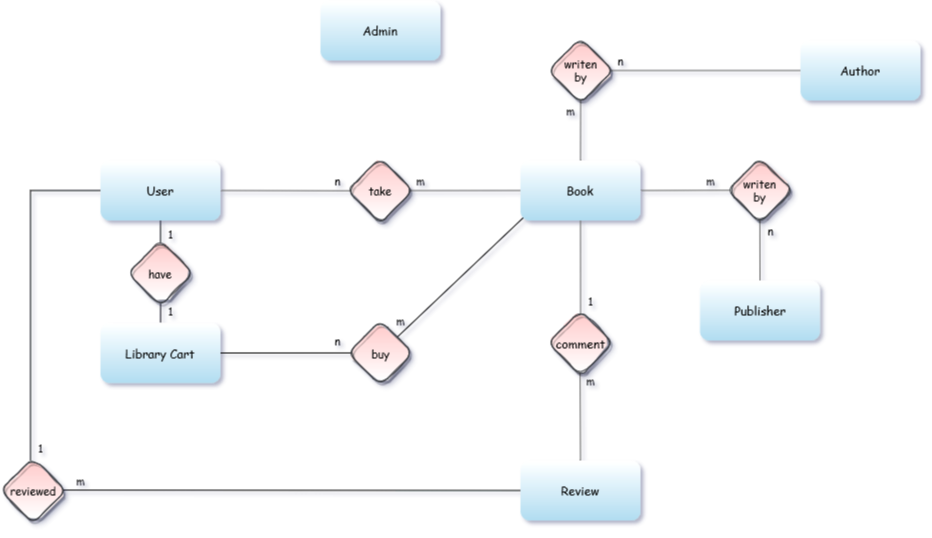
The draw.io diagram ER.png in hamzajashari/Library-Managment-System, before a commit. Source tidied: cells renumbered, new cells last; positions are measured from the earlier drawing's top-left corner, leaving out a move shared by most shapes.
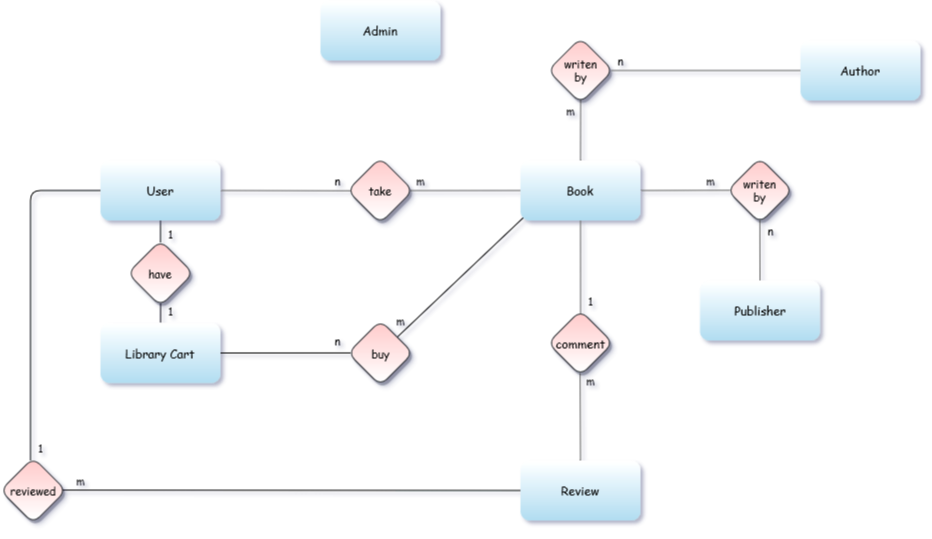
Later version of the same file.

Diff of the diagram source:
```diff
@@ -1,8 +1,8 @@
-<mxGraphModel background="#ffffff" shadow="1">
+<mxGraphModel background="#FFFFFF" shadow="1">
   <root>
     <mxCell id="0" />
     <mxCell id="1" parent="0" />
-    <mxCell id="2" style="edgeStyle=orthogonalEdgeStyle;rounded=0;jettySize=auto;html=1;labelBackgroundColor=none;labelBorderColor=none;fontFamily=Comic Sans MS;fontSize=11;endArrow=none;endFill=0;entryX=0.458;entryY=0.042;entryDx=0;entryDy=0;entryPerimeter=0;" parent="1" edge="1" target="17">
+    <mxCell id="2" style="edgeStyle=orthogonalEdgeStyle;rounded=1;jettySize=auto;html=1;labelBackgroundColor=none;labelBorderColor=none;fontFamily=Comic Sans MS;fontSize=11;endArrow=none;endFill=0;entryX=0.458;entryY=0.042;entryDx=0;entryDy=0;entryPerimeter=0;" parent="1" edge="1" target="17">
       <mxGeometry relative="1" as="geometry">
         <mxPoint x="100" y="190" as="sourcePoint" />
       </mxGeometry>
@@ -10,110 +10,110 @@
     <mxCell id="3" value="Library Cart" style="rounded=1;html=1;fillColor=#b1ddf0;fontFamily=Comic Sans MS;labelBackgroundColor=none;labelBorderColor=none;whiteSpace=wrap;spacingTop=0;strokeColor=none;gradientDirection=north;gradientColor=#ffffff;glass=0;" parent="1" vertex="1">
       <mxGeometry x="100" y="322.5" width="120" height="60" as="geometry" />
     </mxCell>
-    <mxCell id="4" style="rounded=0;jettySize=auto;html=1;entryX=1;entryY=0.5;entryDx=0;entryDy=0;fillColor=#f5f5f5;strokeColor=#666666;endArrow=none;endFill=0;fontFamily=Comic Sans MS;labelBackgroundColor=none;labelBorderColor=none;spacingTop=0;exitX=0.046;exitY=0.504;exitDx=0;exitDy=0;exitPerimeter=0;" parent="1" edge="1" source="40">
+    <mxCell id="4" style="rounded=1;jettySize=auto;html=1;entryX=1;entryY=0.5;entryDx=0;entryDy=0;fillColor=#f5f5f5;strokeColor=#666666;endArrow=none;endFill=0;fontFamily=Comic Sans MS;labelBackgroundColor=none;labelBorderColor=none;spacingTop=0;exitX=0.046;exitY=0.504;exitDx=0;exitDy=0;exitPerimeter=0;" parent="1" edge="1" source="40">
       <mxGeometry relative="1" as="geometry">
         <mxPoint x="220" y="190" as="targetPoint" />
       </mxGeometry>
     </mxCell>
-    <mxCell id="5" style="edgeStyle=none;rounded=0;jettySize=auto;html=1;entryX=0;entryY=0.5;entryDx=0;entryDy=0;fillColor=#f5f5f5;strokeColor=#666666;endArrow=none;endFill=0;fontFamily=Comic Sans MS;labelBackgroundColor=none;labelBorderColor=none;spacingTop=0;exitX=0.959;exitY=0.501;exitDx=0;exitDy=0;exitPerimeter=0;" parent="1" edge="1" source="40">
+    <mxCell id="5" style="edgeStyle=none;rounded=1;jettySize=auto;html=1;entryX=0;entryY=0.5;entryDx=0;entryDy=0;fillColor=#f5f5f5;strokeColor=#666666;endArrow=none;endFill=0;fontFamily=Comic Sans MS;labelBackgroundColor=none;labelBorderColor=none;spacingTop=0;exitX=0.959;exitY=0.501;exitDx=0;exitDy=0;exitPerimeter=0;" parent="1" edge="1" source="40">
       <mxGeometry relative="1" as="geometry">
         <mxPoint x="520" y="190" as="targetPoint" />
       </mxGeometry>
     </mxCell>
-    <mxCell id="6" style="edgeStyle=none;rounded=0;jettySize=auto;html=1;entryX=0.5;entryY=0;entryDx=0;entryDy=0;exitX=0.502;exitY=0.946;exitDx=0;exitDy=0;fillColor=#f5f5f5;strokeColor=#666666;endArrow=none;endFill=0;fontFamily=Comic Sans MS;labelBackgroundColor=none;labelBorderColor=none;spacingTop=0;exitPerimeter=0;" parent="1" edge="1" source="41">
+    <mxCell id="6" style="edgeStyle=none;rounded=1;jettySize=auto;html=1;entryX=0.5;entryY=0;entryDx=0;entryDy=0;exitX=0.502;exitY=0.946;exitDx=0;exitDy=0;fillColor=#f5f5f5;strokeColor=#666666;endArrow=none;endFill=0;fontFamily=Comic Sans MS;labelBackgroundColor=none;labelBorderColor=none;spacingTop=0;exitPerimeter=0;" parent="1" edge="1" source="41">
       <mxGeometry relative="1" as="geometry">
         <mxPoint x="580" y="160" as="targetPoint" />
       </mxGeometry>
     </mxCell>
-    <mxCell id="7" style="edgeStyle=none;rounded=0;jettySize=auto;html=1;entryX=0;entryY=0.5;entryDx=0;entryDy=0;fillColor=#f5f5f5;strokeColor=#666666;endArrow=none;endFill=0;fontFamily=Comic Sans MS;labelBackgroundColor=none;labelBorderColor=none;spacingTop=0;exitX=0.968;exitY=0.5;exitDx=0;exitDy=0;exitPerimeter=0;" parent="1" edge="1" source="41">
+    <mxCell id="7" style="edgeStyle=none;rounded=1;jettySize=auto;html=1;entryX=0;entryY=0.5;entryDx=0;entryDy=0;fillColor=#f5f5f5;strokeColor=#666666;endArrow=none;endFill=0;fontFamily=Comic Sans MS;labelBackgroundColor=none;labelBorderColor=none;spacingTop=0;exitX=0.968;exitY=0.5;exitDx=0;exitDy=0;exitPerimeter=0;" parent="1" edge="1" source="41">
       <mxGeometry relative="1" as="geometry">
         <mxPoint x="800" y="70" as="targetPoint" />
       </mxGeometry>
     </mxCell>
-    <mxCell id="8" style="edgeStyle=none;rounded=0;jettySize=auto;html=1;entryX=1;entryY=0.5;entryDx=0;entryDy=0;fillColor=#f5f5f5;strokeColor=#666666;endArrow=none;endFill=0;fontFamily=Comic Sans MS;labelBackgroundColor=none;labelBorderColor=none;spacingTop=0;exitX=0.044;exitY=0.497;exitDx=0;exitDy=0;exitPerimeter=0;" parent="1" edge="1" source="42">
+    <mxCell id="8" style="edgeStyle=none;rounded=1;jettySize=auto;html=1;entryX=1;entryY=0.5;entryDx=0;entryDy=0;fillColor=#f5f5f5;strokeColor=#666666;endArrow=none;endFill=0;fontFamily=Comic Sans MS;labelBackgroundColor=none;labelBorderColor=none;spacingTop=0;exitX=0.044;exitY=0.497;exitDx=0;exitDy=0;exitPerimeter=0;" parent="1" edge="1" source="42">
       <mxGeometry relative="1" as="geometry">
         <mxPoint x="640" y="190" as="targetPoint" />
       </mxGeometry>
     </mxCell>
-    <mxCell id="9" style="edgeStyle=none;rounded=0;jettySize=auto;html=1;entryX=0.5;entryY=0;entryDx=0;entryDy=0;fillColor=#f5f5f5;strokeColor=#666666;endArrow=none;endFill=0;fontFamily=Comic Sans MS;labelBackgroundColor=none;labelBorderColor=none;spacingTop=0;exitX=0.498;exitY=0.959;exitDx=0;exitDy=0;exitPerimeter=0;" parent="1" edge="1" source="42">
+    <mxCell id="9" style="edgeStyle=none;rounded=1;jettySize=auto;html=1;entryX=0.5;entryY=0;entryDx=0;entryDy=0;fillColor=#f5f5f5;strokeColor=#666666;endArrow=none;endFill=0;fontFamily=Comic Sans MS;labelBackgroundColor=none;labelBorderColor=none;spacingTop=0;exitX=0.498;exitY=0.959;exitDx=0;exitDy=0;exitPerimeter=0;" parent="1" edge="1" source="42">
       <mxGeometry relative="1" as="geometry">
         <mxPoint x="759.5" y="280" as="targetPoint" />
       </mxGeometry>
     </mxCell>
-    <mxCell id="10" style="edgeStyle=none;rounded=0;jettySize=auto;html=1;entryX=0.5;entryY=1;entryDx=0;entryDy=0;fillColor=#f5f5f5;strokeColor=#666666;endArrow=none;endFill=0;fontFamily=Comic Sans MS;labelBackgroundColor=none;labelBorderColor=none;spacingTop=0;exitX=0.501;exitY=0.058;exitDx=0;exitDy=0;exitPerimeter=0;" parent="1" edge="1" source="43">
+    <mxCell id="10" style="edgeStyle=none;rounded=1;jettySize=auto;html=1;entryX=0.5;entryY=1;entryDx=0;entryDy=0;fillColor=#f5f5f5;strokeColor=#666666;endArrow=none;endFill=0;fontFamily=Comic Sans MS;labelBackgroundColor=none;labelBorderColor=none;spacingTop=0;exitX=0.501;exitY=0.058;exitDx=0;exitDy=0;exitPerimeter=0;" parent="1" edge="1" source="43">
       <mxGeometry relative="1" as="geometry">
         <mxPoint x="580" y="220" as="targetPoint" />
       </mxGeometry>
     </mxCell>
-    <mxCell id="11" style="edgeStyle=none;rounded=0;jettySize=auto;html=1;entryX=0.5;entryY=0;entryDx=0;entryDy=0;fillColor=#f5f5f5;strokeColor=#666666;endArrow=none;endFill=0;fontFamily=Comic Sans MS;labelBackgroundColor=none;labelBorderColor=none;spacingTop=0;exitX=0.494;exitY=0.964;exitDx=0;exitDy=0;exitPerimeter=0;" parent="1" edge="1" source="43">
+    <mxCell id="11" style="edgeStyle=none;rounded=1;jettySize=auto;html=1;entryX=0.5;entryY=0;entryDx=0;entryDy=0;fillColor=#f5f5f5;strokeColor=#666666;endArrow=none;endFill=0;fontFamily=Comic Sans MS;labelBackgroundColor=none;labelBorderColor=none;spacingTop=0;exitX=0.494;exitY=0.964;exitDx=0;exitDy=0;exitPerimeter=0;" parent="1" edge="1" source="43">
       <mxGeometry relative="1" as="geometry">
         <mxPoint x="580" y="460" as="targetPoint" />
       </mxGeometry>
     </mxCell>
-    <mxCell id="12" style="edgeStyle=none;rounded=0;jettySize=auto;html=1;entryX=0.024;entryY=0.952;entryDx=0;entryDy=0;labelBackgroundColor=none;labelBorderColor=none;fontFamily=Comic Sans MS;endArrow=none;endFill=0;entryPerimeter=0;" parent="1" edge="1" target="37">
+    <mxCell id="12" style="edgeStyle=none;rounded=1;jettySize=auto;html=1;entryX=0.024;entryY=0.952;entryDx=0;entryDy=0;labelBackgroundColor=none;labelBorderColor=none;fontFamily=Comic Sans MS;endArrow=none;endFill=0;entryPerimeter=0;" parent="1" edge="1" target="37">
       <mxGeometry relative="1" as="geometry">
         <mxPoint x="396.7" y="336.7" as="sourcePoint" />
       </mxGeometry>
     </mxCell>
-    <mxCell id="13" style="edgeStyle=none;rounded=0;jettySize=auto;html=1;entryX=1;entryY=0.5;entryDx=0;entryDy=0;labelBackgroundColor=none;labelBorderColor=none;fontFamily=Comic Sans MS;endArrow=none;endFill=0;exitX=0.039;exitY=0.499;exitDx=0;exitDy=0;exitPerimeter=0;" parent="1" edge="1" source="38" target="3">
+    <mxCell id="13" style="edgeStyle=none;rounded=1;jettySize=auto;html=1;entryX=1;entryY=0.5;entryDx=0;entryDy=0;labelBackgroundColor=none;labelBorderColor=none;fontFamily=Comic Sans MS;endArrow=none;endFill=0;exitX=0.039;exitY=0.499;exitDx=0;exitDy=0;exitPerimeter=0;" parent="1" edge="1" source="38" target="3">
       <mxGeometry relative="1" as="geometry" />
     </mxCell>
-    <mxCell id="14" style="edgeStyle=none;rounded=0;jettySize=auto;html=1;labelBackgroundColor=none;labelBorderColor=none;fontFamily=Comic Sans MS;endArrow=none;endFill=0;exitX=0.004;exitY=0.124;exitDx=0;exitDy=0;exitPerimeter=0;" parent="1" edge="1" source="28" target="3">
+    <mxCell id="14" style="edgeStyle=none;rounded=1;jettySize=auto;html=1;labelBackgroundColor=none;labelBorderColor=none;fontFamily=Comic Sans MS;endArrow=none;endFill=0;exitX=0.004;exitY=0.124;exitDx=0;exitDy=0;exitPerimeter=0;" parent="1" edge="1" source="28" target="3">
       <mxGeometry relative="1" as="geometry" />
     </mxCell>
-    <mxCell id="15" style="edgeStyle=none;rounded=0;jettySize=auto;html=1;labelBackgroundColor=none;labelBorderColor=none;fontFamily=Comic Sans MS;endArrow=none;endFill=0;exitX=0;exitY=0.989;exitDx=0;exitDy=0;exitPerimeter=0;" parent="1" edge="1" source="29">
+    <mxCell id="15" style="edgeStyle=none;rounded=1;jettySize=auto;html=1;labelBackgroundColor=none;labelBorderColor=none;fontFamily=Comic Sans MS;endArrow=none;endFill=0;exitX=0;exitY=0.989;exitDx=0;exitDy=0;exitPerimeter=0;" parent="1" edge="1" source="29">
       <mxGeometry relative="1" as="geometry">
         <mxPoint x="160" y="220" as="targetPoint" />
       </mxGeometry>
     </mxCell>
-    <mxCell id="16" style="edgeStyle=none;rounded=0;jettySize=auto;html=1;labelBackgroundColor=none;labelBorderColor=none;fontFamily=Comic Sans MS;fontSize=11;endArrow=none;endFill=0;exitX=0.946;exitY=0.494;exitDx=0;exitDy=0;exitPerimeter=0;" parent="1" edge="1" source="17">
+    <mxCell id="16" style="edgeStyle=none;rounded=1;jettySize=auto;html=1;labelBackgroundColor=none;labelBorderColor=none;fontFamily=Comic Sans MS;fontSize=11;endArrow=none;endFill=0;exitX=0.946;exitY=0.494;exitDx=0;exitDy=0;exitPerimeter=0;" parent="1" edge="1" source="17">
       <mxGeometry relative="1" as="geometry">
         <mxPoint x="520" y="490" as="targetPoint" />
       </mxGeometry>
     </mxCell>
-    <mxCell id="17" value="reviewed" style="rhombus;html=1;fillColor=#ffcccc;strokeColor=#36393d;fontFamily=Comic Sans MS;labelBackgroundColor=none;labelBorderColor=none;whiteSpace=wrap;spacingTop=0;fontSize=11;rounded=1;shadow=1;sketch=1;gradientColor=#ffffff;" parent="1" vertex="1">
+    <mxCell id="17" value="reviewed" style="rhombus;html=1;fillColor=#ffcccc;strokeColor=#36393d;fontFamily=Comic Sans MS;labelBackgroundColor=none;labelBorderColor=none;whiteSpace=wrap;spacingTop=0;fontSize=11;rounded=1;shadow=1;gradientColor=#ffffff;" parent="1" vertex="1">
       <mxGeometry y="457.2" width="65.5" height="65.5" as="geometry" />
     </mxCell>
-    <mxCell id="18" value="n" style="text;html=1;align=center;verticalAlign=middle;strokeColor=none;fillColor=none;fontSize=11;fontFamily=Comic Sans MS;" parent="1" vertex="1">
+    <mxCell id="18" value="n" style="text;html=1;align=center;verticalAlign=middle;strokeColor=none;fillColor=none;fontSize=11;fontFamily=Comic Sans MS;rounded=1;" parent="1" vertex="1">
       <mxGeometry x="610" y="50" width="20" height="20" as="geometry" />
     </mxCell>
-    <mxCell id="19" value="m" style="text;html=1;align=center;verticalAlign=middle;strokeColor=none;fillColor=none;fontSize=11;fontFamily=Comic Sans MS;" parent="1" vertex="1">
+    <mxCell id="19" value="m" style="text;html=1;align=center;verticalAlign=middle;strokeColor=none;fillColor=none;fontSize=11;fontFamily=Comic Sans MS;rounded=1;" parent="1" vertex="1">
       <mxGeometry x="560" y="100" width="20" height="20" as="geometry" />
     </mxCell>
-    <mxCell id="20" value="m" style="text;html=1;align=center;verticalAlign=middle;strokeColor=none;fillColor=none;fontSize=11;fontFamily=Comic Sans MS;" parent="1" vertex="1">
+    <mxCell id="20" value="m" style="text;html=1;align=center;verticalAlign=middle;strokeColor=none;fillColor=none;fontSize=11;fontFamily=Comic Sans MS;rounded=1;" parent="1" vertex="1">
       <mxGeometry x="700" y="170" width="20" height="20" as="geometry" />
     </mxCell>
-    <mxCell id="21" value="n" style="text;html=1;align=center;verticalAlign=middle;strokeColor=none;fillColor=none;fontSize=11;fontFamily=Comic Sans MS;" parent="1" vertex="1">
+    <mxCell id="21" value="n" style="text;html=1;align=center;verticalAlign=middle;strokeColor=none;fillColor=none;fontSize=11;fontFamily=Comic Sans MS;rounded=1;" parent="1" vertex="1">
       <mxGeometry x="760" y="220" width="20" height="20" as="geometry" />
     </mxCell>
-    <mxCell id="22" value="m" style="text;html=1;align=center;verticalAlign=middle;strokeColor=none;fillColor=none;fontSize=11;fontFamily=Comic Sans MS;" parent="1" vertex="1">
+    <mxCell id="22" value="m" style="text;html=1;align=center;verticalAlign=middle;strokeColor=none;fillColor=none;fontSize=11;fontFamily=Comic Sans MS;rounded=1;" parent="1" vertex="1">
       <mxGeometry x="580" y="370" width="20" height="20" as="geometry" />
     </mxCell>
-    <mxCell id="23" value="1" style="text;html=1;align=center;verticalAlign=middle;strokeColor=none;fillColor=none;fontSize=11;fontFamily=Comic Sans MS;" parent="1" vertex="1">
+    <mxCell id="23" value="1" style="text;html=1;align=center;verticalAlign=middle;strokeColor=none;fillColor=none;fontSize=11;fontFamily=Comic Sans MS;rounded=1;" parent="1" vertex="1">
       <mxGeometry x="580" y="290" width="20" height="20" as="geometry" />
     </mxCell>
-    <mxCell id="24" value="m" style="text;html=1;align=center;verticalAlign=middle;strokeColor=none;fillColor=none;fontSize=11;fontFamily=Comic Sans MS;" parent="1" vertex="1">
+    <mxCell id="24" value="m" style="text;html=1;align=center;verticalAlign=middle;strokeColor=none;fillColor=none;fontSize=11;fontFamily=Comic Sans MS;rounded=1;" parent="1" vertex="1">
       <mxGeometry x="410" y="170" width="20" height="20" as="geometry" />
     </mxCell>
-    <mxCell id="25" value="n" style="text;html=1;align=center;verticalAlign=middle;strokeColor=none;fillColor=none;fontSize=11;fontFamily=Comic Sans MS;" parent="1" vertex="1">
+    <mxCell id="25" value="n" style="text;html=1;align=center;verticalAlign=middle;strokeColor=none;fillColor=none;fontSize=11;fontFamily=Comic Sans MS;rounded=1;" parent="1" vertex="1">
       <mxGeometry x="327" y="170" width="20" height="20" as="geometry" />
     </mxCell>
-    <mxCell id="26" value="m" style="text;html=1;align=center;verticalAlign=middle;strokeColor=none;fillColor=none;fontSize=11;fontFamily=Comic Sans MS;" parent="1" vertex="1">
+    <mxCell id="26" value="m" style="text;html=1;align=center;verticalAlign=middle;strokeColor=none;fillColor=none;fontSize=11;fontFamily=Comic Sans MS;rounded=1;" parent="1" vertex="1">
       <mxGeometry x="390" y="310" width="20" height="20" as="geometry" />
     </mxCell>
-    <mxCell id="27" value="n" style="text;html=1;align=center;verticalAlign=middle;strokeColor=none;fillColor=none;fontSize=11;fontFamily=Comic Sans MS;" parent="1" vertex="1">
+    <mxCell id="27" value="n" style="text;html=1;align=center;verticalAlign=middle;strokeColor=none;fillColor=none;fontSize=11;fontFamily=Comic Sans MS;rounded=1;" parent="1" vertex="1">
       <mxGeometry x="327" y="330" width="20" height="20" as="geometry" />
     </mxCell>
-    <mxCell id="28" value="1" style="text;html=1;align=center;verticalAlign=middle;points=[];strokeColor=none;fillColor=none;fontSize=11;fontFamily=Comic Sans MS;" parent="1" vertex="1">
+    <mxCell id="28" value="1" style="text;html=1;align=center;verticalAlign=middle;points=[];strokeColor=none;fillColor=none;fontSize=11;fontFamily=Comic Sans MS;rounded=1;" parent="1" vertex="1">
       <mxGeometry x="160" y="300" width="20" height="20" as="geometry" />
     </mxCell>
-    <mxCell id="29" value="1" style="text;html=1;align=center;verticalAlign=middle;points=[];strokeColor=none;fillColor=none;fontSize=11;fontFamily=Comic Sans MS;" parent="1" vertex="1">
+    <mxCell id="29" value="1" style="text;html=1;align=center;verticalAlign=middle;points=[];strokeColor=none;fillColor=none;fontSize=11;fontFamily=Comic Sans MS;rounded=1;" parent="1" vertex="1">
       <mxGeometry x="160" y="222.8" width="20" height="20" as="geometry" />
     </mxCell>
-    <mxCell id="30" value="m" style="text;html=1;align=center;verticalAlign=middle;strokeColor=none;fillColor=none;fontSize=11;fontFamily=Comic Sans MS;" parent="1" vertex="1">
+    <mxCell id="30" value="m" style="text;html=1;align=center;verticalAlign=middle;strokeColor=none;fillColor=none;fontSize=11;fontFamily=Comic Sans MS;rounded=1;" parent="1" vertex="1">
       <mxGeometry x="70" y="470" width="20" height="20" as="geometry" />
     </mxCell>
-    <mxCell id="31" value="1" style="text;html=1;align=center;verticalAlign=middle;strokeColor=none;fillColor=none;fontSize=11;fontFamily=Comic Sans MS;" parent="1" vertex="1">
+    <mxCell id="31" value="1" style="text;html=1;align=center;verticalAlign=middle;strokeColor=none;fillColor=none;fontSize=11;fontFamily=Comic Sans MS;rounded=1;" parent="1" vertex="1">
       <mxGeometry x="30" y="437.2" width="20" height="20" as="geometry" />
     </mxCell>
     <mxCell id="32" value="Author" style="rounded=1;html=1;fillColor=#b1ddf0;fontFamily=Comic Sans MS;labelBackgroundColor=none;labelBorderColor=none;whiteSpace=wrap;spacingTop=0;strokeColor=none;gradientDirection=north;gradientColor=#ffffff;glass=0;" parent="1" vertex="1">
@@ -134,22 +134,22 @@
     <mxCell id="37" value="Book" style="rounded=1;html=1;fillColor=#b1ddf0;fontFamily=Comic Sans MS;labelBackgroundColor=none;labelBorderColor=none;whiteSpace=wrap;spacingTop=0;strokeColor=none;gradientDirection=north;gradientColor=#ffffff;glass=0;" parent="1" vertex="1">
       <mxGeometry x="520" y="160" width="120" height="60" as="geometry" />
     </mxCell>
-    <mxCell id="38" value="buy" style="rhombus;html=1;fillColor=#ffcccc;strokeColor=#36393d;fontFamily=Comic Sans MS;labelBackgroundColor=none;labelBorderColor=none;whiteSpace=wrap;spacingTop=0;fontSize=11;rounded=1;shadow=1;sketch=1;gradientColor=#ffffff;" parent="1" vertex="1">
+    <mxCell id="38" value="buy" style="rhombus;html=1;fillColor=#ffcccc;strokeColor=#36393d;fontFamily=Comic Sans MS;labelBackgroundColor=none;labelBorderColor=none;whiteSpace=wrap;spacingTop=0;fontSize=11;rounded=1;shadow=1;gradientColor=#ffffff;" parent="1" vertex="1">
       <mxGeometry x="347.5" y="320" width="65" height="65" as="geometry" />
     </mxCell>
-    <mxCell id="39" value="have" style="rhombus;html=1;fillColor=#ffcccc;strokeColor=#36393d;fontFamily=Comic Sans MS;labelBackgroundColor=none;labelBorderColor=none;whiteSpace=wrap;spacingTop=0;fontSize=11;rounded=1;shadow=1;sketch=1;gradientColor=#ffffff;" parent="1" vertex="1">
+    <mxCell id="39" value="have" style="rhombus;html=1;fillColor=#ffcccc;strokeColor=#36393d;fontFamily=Comic Sans MS;labelBackgroundColor=none;labelBorderColor=none;whiteSpace=wrap;spacingTop=0;fontSize=11;rounded=1;shadow=1;gradientColor=#ffffff;" parent="1" vertex="1">
       <mxGeometry x="127.2" y="240" width="65.5" height="65.5" as="geometry" />
     </mxCell>
-    <mxCell id="40" value="take" style="rhombus;html=1;fillColor=#ffcccc;strokeColor=#36393d;fontFamily=Comic Sans MS;labelBackgroundColor=none;labelBorderColor=none;whiteSpace=wrap;spacingTop=0;fontSize=11;rounded=1;shadow=1;sketch=1;gradientColor=#ffffff;" parent="1" vertex="1">
+    <mxCell id="40" value="take" style="rhombus;html=1;fillColor=#ffcccc;strokeColor=#36393d;fontFamily=Comic Sans MS;labelBackgroundColor=none;labelBorderColor=none;whiteSpace=wrap;spacingTop=0;fontSize=11;rounded=1;shadow=1;gradientColor=#ffffff;" parent="1" vertex="1">
       <mxGeometry x="347" y="157.2" width="65.5" height="65.5" as="geometry" />
     </mxCell>
-    <mxCell id="41" value="&lt;div style=&quot;font-size: 11px;&quot;&gt;writen&lt;/div&gt;&lt;div style=&quot;font-size: 11px;&quot;&gt;by&lt;br style=&quot;font-size: 11px;&quot;&gt;&lt;/div&gt;" style="rhombus;html=1;fillColor=#ffcccc;strokeColor=#36393d;fontFamily=Comic Sans MS;labelBackgroundColor=none;labelBorderColor=none;whiteSpace=wrap;spacingTop=0;fontSize=11;rounded=1;shadow=1;sketch=1;gradientColor=#ffffff;" parent="1" vertex="1">
+    <mxCell id="41" value="&lt;div style=&quot;font-size: 11px;&quot;&gt;writen&lt;/div&gt;&lt;div style=&quot;font-size: 11px;&quot;&gt;by&lt;br style=&quot;font-size: 11px;&quot;&gt;&lt;/div&gt;" style="rhombus;html=1;fillColor=#ffcccc;strokeColor=#36393d;fontFamily=Comic Sans MS;labelBackgroundColor=none;labelBorderColor=none;whiteSpace=wrap;spacingTop=0;fontSize=11;rounded=1;shadow=1;gradientColor=#ffffff;" parent="1" vertex="1">
       <mxGeometry x="547.5" y="37.5" width="65" height="65" as="geometry" />
     </mxCell>
-    <mxCell id="42" value="&lt;div style=&quot;font-size: 11px;&quot;&gt;writen&lt;/div&gt;by" style="rhombus;html=1;fillColor=#ffcccc;strokeColor=#36393d;fontFamily=Comic Sans MS;labelBackgroundColor=none;labelBorderColor=none;whiteSpace=wrap;spacingTop=0;fontSize=11;rounded=1;shadow=1;sketch=1;gradientColor=#ffffff;" parent="1" vertex="1">
+    <mxCell id="42" value="&lt;div style=&quot;font-size: 11px;&quot;&gt;writen&lt;/div&gt;by" style="rhombus;html=1;fillColor=#ffcccc;strokeColor=#36393d;fontFamily=Comic Sans MS;labelBackgroundColor=none;labelBorderColor=none;whiteSpace=wrap;spacingTop=0;fontSize=11;rounded=1;shadow=1;gradientColor=#ffffff;" parent="1" vertex="1">
       <mxGeometry x="727" y="157.5" width="65" height="65" as="geometry" />
     </mxCell>
-    <mxCell id="43" value="comment" style="rhombus;html=1;fillColor=#ffcccc;strokeColor=#36393d;fontFamily=Comic Sans MS;labelBackgroundColor=none;labelBorderColor=none;whiteSpace=wrap;spacingTop=0;rounded=1;shadow=1;sketch=1;gradientColor=#ffffff;" parent="1" vertex="1">
+    <mxCell id="43" value="comment" style="rhombus;html=1;fillColor=#ffcccc;strokeColor=#36393d;fontFamily=Comic Sans MS;labelBackgroundColor=none;labelBorderColor=none;whiteSpace=wrap;spacingTop=0;rounded=1;shadow=1;gradientColor=#ffffff;" parent="1" vertex="1">
       <mxGeometry x="547.5" y="310" width="65" height="65" as="geometry" />
     </mxCell>
   </root>
```
